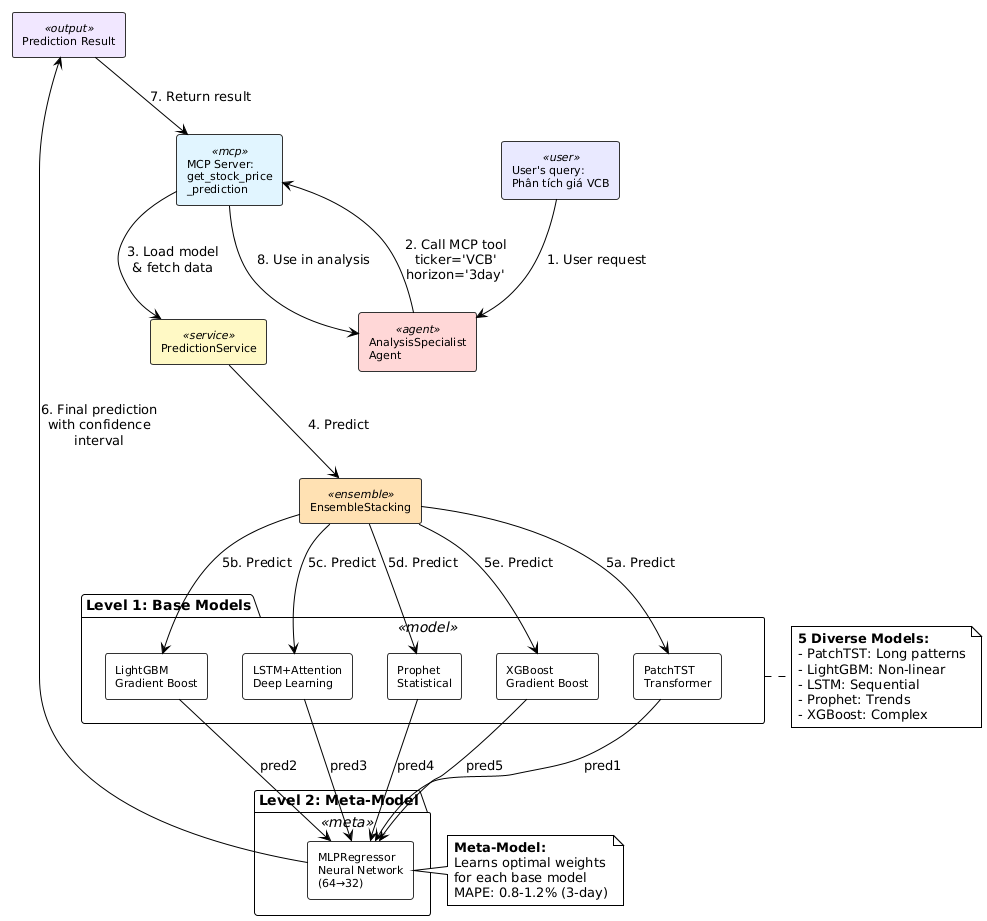
GiangNV-HUST/DATN keeps this PlantUML diagram as diagrams/images/agent_diagrams/ensemble_prediction_detail.png. Above is the earlier version.
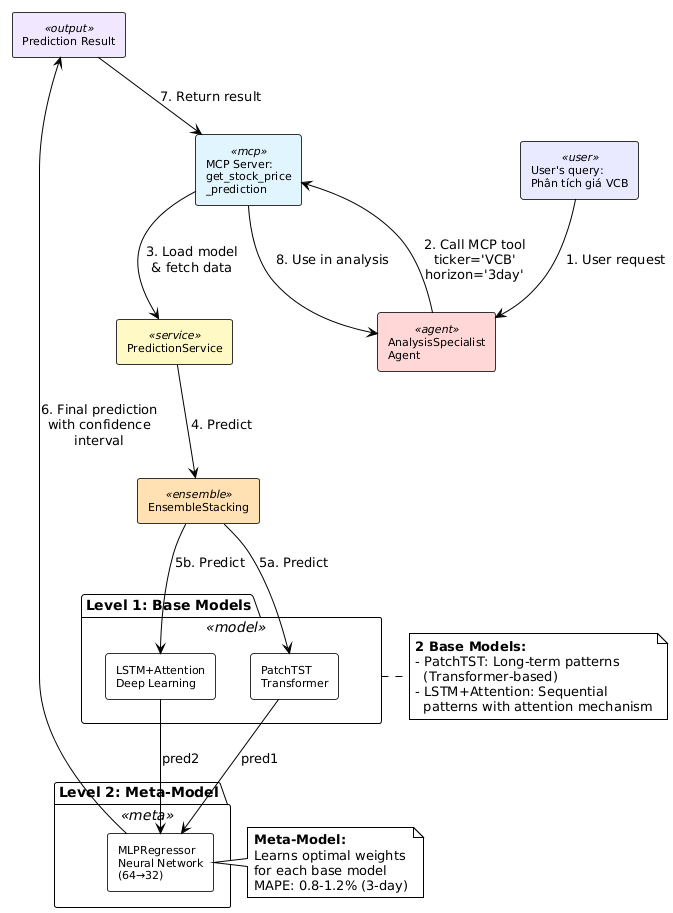
After the commit.

Commit message:
refactor: Update prediction system to use 2 models instead of 5

Diff of the diagram source:
```diff
@@ -27,10 +27,7 @@
 
 package "Level 1: Base Models" as level1 <<model>> {
     rectangle "PatchTST\nTransformer" as patchtst
-    rectangle "LightGBM\nGradient Boost" as lgb
     rectangle "LSTM+Attention\nDeep Learning" as lstm
-    rectangle "Prophet\nStatistical" as prophet
-    rectangle "XGBoost\nGradient Boost" as xgb
 }
 
 package "Level 2: Meta-Model" as level2 <<meta>> {
@@ -45,28 +42,21 @@
 service --> ensemble : "4. Predict"
 
 ensemble --> patchtst : "5a. Predict"
-ensemble --> lgb : "5b. Predict"
-ensemble --> lstm : "5c. Predict"
-ensemble --> prophet : "5d. Predict"
-ensemble --> xgb : "5e. Predict"
+ensemble --> lstm : "5b. Predict"
 
 patchtst --> meta : "pred1"
-lgb --> meta : "pred2"
-lstm --> meta : "pred3"
-prophet --> meta : "pred4"
-xgb --> meta : "pred5"
+lstm --> meta : "pred2"
 
 meta --> output : "6. Final prediction\nwith confidence\ninterval"
 output --> mcp : "7. Return result"
 mcp --> agent : "8. Use in analysis"
 
 note right of level1
-  **5 Diverse Models:**
-  - PatchTST: Long patterns
-  - LightGBM: Non-linear
-  - LSTM: Sequential
-  - Prophet: Trends
-  - XGBoost: Complex
+  **2 Base Models:**
+  - PatchTST: Long-term patterns
+    (Transformer-based)
+  - LSTM+Attention: Sequential
+    patterns with attention mechanism
 end note
 
 note right of meta
```
